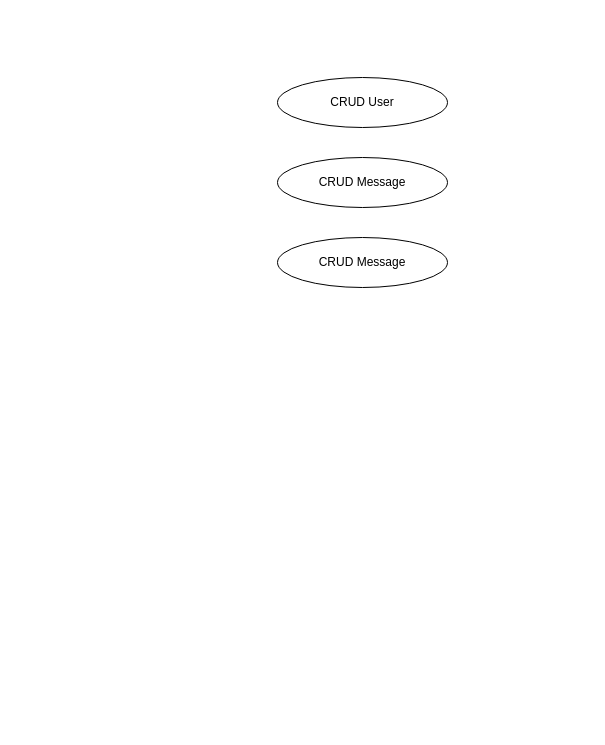
The draw.io diagram ProjectStructureDiagram.drawio in A1doranM/tech_practice_project, before the edit. Source tidied: cells renumbered, new cells numbered last; positions are measured from the earlier drawing's top-left corner, leaving out a move shared by most shapes. Both pictures are drawn from the tidied source at 100%, with x=0, y=0 at pixel (277, 77).
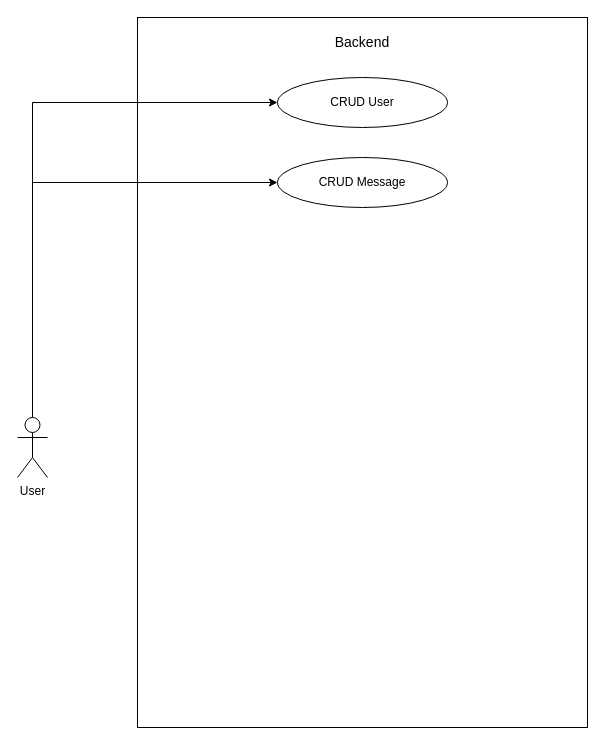
Above is the later version.

Commit message:
Added project structure diagram

Change to the diagram source:
```diff
@@
 <mxGraphModel>
   <root>
     <mxCell id="0" />
     <mxCell id="1" parent="0" />
+    <mxCell id="5" style="rounded=0;whiteSpace=wrap;html=1;" parent="1" vertex="1">
+      <mxGeometry x="-140" y="-60" width="450" height="710" as="geometry" />
+    </mxCell>
     <mxCell id="2" value="CRUD User" style="ellipse;whiteSpace=wrap;html=1;" parent="1" vertex="1">
       <mxGeometry width="170" height="50" as="geometry" />
     </mxCell>
     <mxCell id="3" value="CRUD Message" style="ellipse;whiteSpace=wrap;html=1;" parent="1" vertex="1">
       <mxGeometry y="80" width="170" height="50" as="geometry" />
     </mxCell>
-    <mxCell id="4" value="CRUD Message" style="ellipse;whiteSpace=wrap;html=1;" parent="1" vertex="1">
-      <mxGeometry y="160" width="170" height="50" as="geometry" />
-    </mxCell>
+    <mxCell id="6" style="edgeStyle=orthogonalEdgeStyle;rounded=0;jettySize=auto;html=1;exitX=0.5;exitY=0;exitDx=0;exitDy=0;exitPerimeter=0;entryX=0;entryY=0.5;entryDx=0;entryDy=0;" parent="1" edge="1" source="8" target="2">
+      <mxGeometry relative="1" as="geometry" />
+    </mxCell>
+    <mxCell id="7" style="edgeStyle=orthogonalEdgeStyle;rounded=0;jettySize=auto;html=1;exitX=0.5;exitY=0;exitDx=0;exitDy=0;exitPerimeter=0;entryX=0;entryY=0.5;entryDx=0;entryDy=0;" parent="1" edge="1" source="8" target="3">
+      <mxGeometry relative="1" as="geometry" />
+    </mxCell>
+    <mxCell id="8" value="User" style="shape=umlActor;verticalLabelPosition=bottom;verticalAlign=top;html=1;outlineConnect=0;" parent="1" vertex="1">
+      <mxGeometry x="-260" y="340" width="30" height="60" as="geometry" />
+    </mxCell>
+    <mxCell id="9" value="Backend" style="text;html=1;strokeColor=none;fillColor=none;align=center;verticalAlign=middle;whiteSpace=wrap;rounded=0;fontSize=14;" parent="1" vertex="1">
+      <mxGeometry x="55" y="-50" width="60" height="30" as="geometry" />
+    </mxCell>
   </root>
 </mxGraphModel>
```
